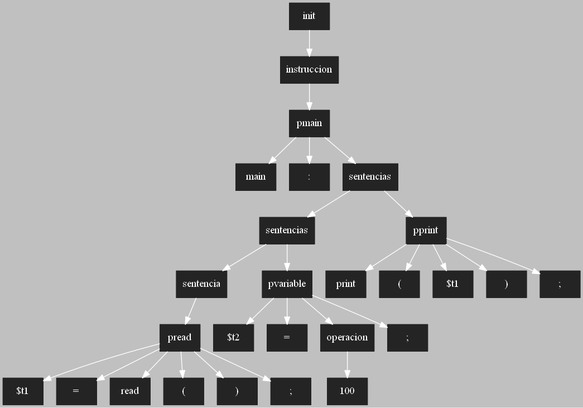
Before: ASPAscendente.png, a diagram exported from Graphviz (AndreeAvalos/OLC2-AUGUS). Its source is kept beside it as ASPAscendente.dot.
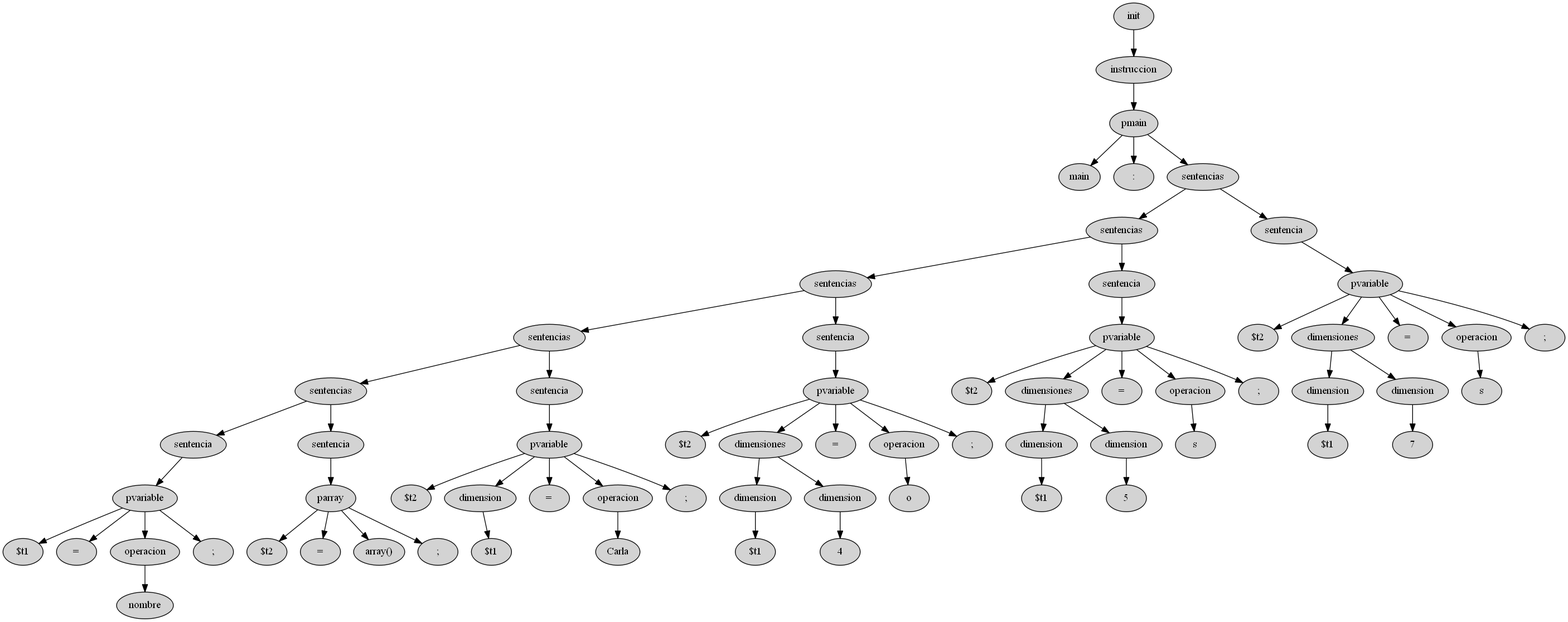
Later version of the same file.

Diff of the diagram source:
```diff
@@ -1,60 +1,138 @@
-digraph{ bgcolor = gray
- node[fontcolor = white, height = 0.5, color = white]
- [shape=box, style=filled, color=gray14]
- rankdir=UD
- edge[color=white, dir=fordware]
-27[style = "filled" ; label = "init"]
-26[style = "filled" ; label = "instruccion"]
-23[style = "filled" ; label = "pmain"]
-24[style = "filled" ; label = "main"]
-25[style = "filled" ; label = ":"]
-22[style = "filled" ; label = "sentencias"]
-15[style = "filled" ; label = "sentencias"]
-8[style = "filled" ; label = "sentencia"]
-1[style = "filled" ; label = "pread"]
-2[style = "filled" ; label = "$t1"]
-3[style = "filled" ; label = "="]
-4[style = "filled" ; label = "read"]
-5[style = "filled" ; label = "("]
-6[style = "filled" ; label = ")"]
-7[style = "filled" ; label = ";"]
-11[style = "filled" ; label = "pvariable"]
-12[style = "filled" ; label = "$t2"]
-13[style = "filled" ; label = "="]
-10[style = "filled" ; label = "operacion"]
-9[style = "filled" ; label = "100"]
-14[style = "filled" ; label = ";"]
-16[style = "filled" ; label = "pprint"]
-17[style = "filled" ; label = "print"]
-18[style = "filled" ; label = "("]
-19[style = "filled" ; label = "$t1"]
-20[style = "filled" ; label = ")"]
-21[style = "filled" ; label = ";"]
-27->26;
-26->23;
-23->24;
-23->25;
-23->22;
-22->15;
-15->8;
-8->1;
-1->2;
-1->3;
-1->4;
-1->5;
-1->6;
-1->7;
-15->11;
-11->12;
-11->13;
-11->10;
-10->9;
-11->14;
-22->16;
-16->17;
-16->18;
-16->19;
-16->20;
-16->21;
+digraph{
+68[style = "filled" ; label = "init"]
+67[style = "filled" ; label = "instruccion"]
+64[style = "filled" ; label = "pmain"]
+65[style = "filled" ; label = "main"]
+66[style = "filled" ; label = ":"]
+63[style = "filled" ; label = "sentencias"]
+50[style = "filled" ; label = "sentencias"]
+37[style = "filled" ; label = "sentencias"]
+24[style = "filled" ; label = "sentencias"]
+14[style = "filled" ; label = "sentencias"]
+7[style = "filled" ; label = "sentencia"]
+3[style = "filled" ; label = "pvariable"]
+4[style = "filled" ; label = "$t1"]
+5[style = "filled" ; label = "="]
+2[style = "filled" ; label = "operacion"]
+1[style = "filled" ; label = "nombre"]
+6[style = "filled" ; label = ";"]
+13[style = "filled" ; label = "sentencia"]
+8[style = "filled" ; label = "parray"]
+9[style = "filled" ; label = "$t2"]
+10[style = "filled" ; label = "="]
+11[style = "filled" ; label = "array()"]
+12[style = "filled" ; label = ";"]
+23[style = "filled" ; label = "sentencia"]
+19[style = "filled" ; label = "pvariable"]
+20[style = "filled" ; label = "$t2"]
+16[style = "filled" ; label = "dimension"]
+15[style = "filled" ; label = "$t1"]
+21[style = "filled" ; label = "="]
+18[style = "filled" ; label = "operacion"]
+17[style = "filled" ; label = "Carla"]
+22[style = "filled" ; label = ";"]
+36[style = "filled" ; label = "sentencia"]
+32[style = "filled" ; label = "pvariable"]
+33[style = "filled" ; label = "$t2"]
+29[style = "filled" ; label = "dimensiones"]
+26[style = "filled" ; label = "dimension"]
+25[style = "filled" ; label = "$t1"]
+28[style = "filled" ; label = "dimension"]
+27[style = "filled" ; label = "4"]
+34[style = "filled" ; label = "="]
+31[style = "filled" ; label = "operacion"]
+30[style = "filled" ; label = "o"]
+35[style = "filled" ; label = ";"]
+49[style = "filled" ; label = "sentencia"]
+45[style = "filled" ; label = "pvariable"]
+46[style = "filled" ; label = "$t2"]
+42[style = "filled" ; label = "dimensiones"]
+39[style = "filled" ; label = "dimension"]
+38[style = "filled" ; label = "$t1"]
+41[style = "filled" ; label = "dimension"]
+40[style = "filled" ; label = "5"]
+47[style = "filled" ; label = "="]
+44[style = "filled" ; label = "operacion"]
+43[style = "filled" ; label = "s"]
+48[style = "filled" ; label = ";"]
+62[style = "filled" ; label = "sentencia"]
+58[style = "filled" ; label = "pvariable"]
+59[style = "filled" ; label = "$t2"]
+55[style = "filled" ; label = "dimensiones"]
+52[style = "filled" ; label = "dimension"]
+51[style = "filled" ; label = "$t1"]
+54[style = "filled" ; label = "dimension"]
+53[style = "filled" ; label = "7"]
+60[style = "filled" ; label = "="]
+57[style = "filled" ; label = "operacion"]
+56[style = "filled" ; label = "s"]
+61[style = "filled" ; label = ";"]
+68->67;
+67->64;
+64->65;
+64->66;
+64->63;
+63->50;
+50->37;
+37->24;
+24->14;
+14->7;
+7->3;
+3->4;
+3->5;
+3->2;
+2->1;
+3->6;
+14->13;
+13->8;
+8->9;
+8->10;
+8->11;
+8->12;
+24->23;
+23->19;
+19->20;
+19->16;
+16->15;
+19->21;
+19->18;
+18->17;
+19->22;
+37->36;
+36->32;
+32->33;
+32->29;
+29->26;
+26->25;
+29->28;
+28->27;
+32->34;
+32->31;
+31->30;
+32->35;
+50->49;
+49->45;
+45->46;
+45->42;
+42->39;
+39->38;
+42->41;
+41->40;
+45->47;
+45->44;
+44->43;
+45->48;
+63->62;
+62->58;
+58->59;
+58->55;
+55->52;
+52->51;
+55->54;
+54->53;
+58->60;
+58->57;
+57->56;
+58->61;
 
 }
```
